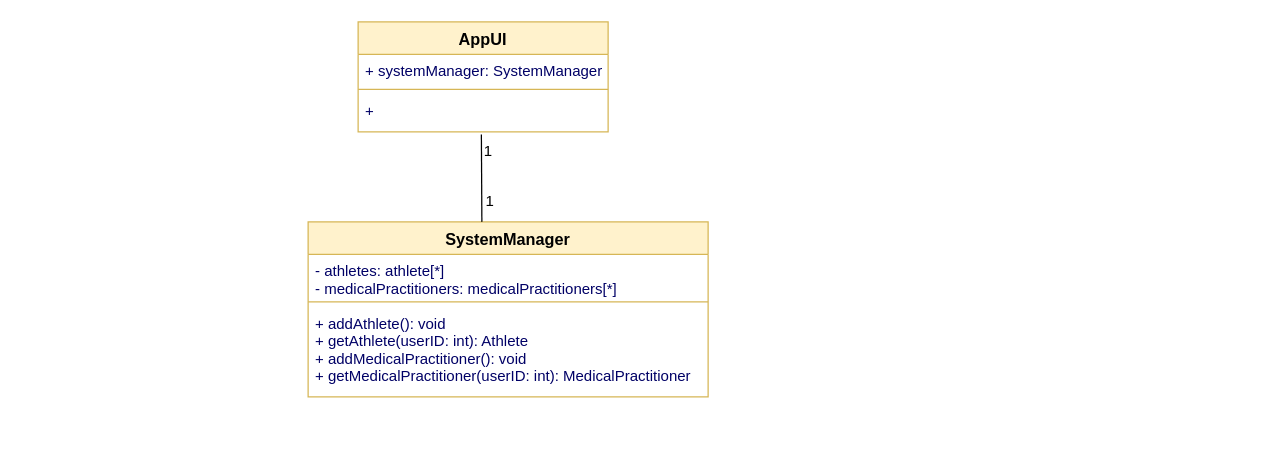
This is Sport Concussion Assessment System/class_diagram.drawio from hiroto0222/CSE598-ASAD, a draw.io file, before an edit. Source tidied: cells renumbered, new cells numbered last; positions are measured from the earlier drawing's top-left corner, leaving out a move shared by most shapes. Both pictures are drawn from the tidied source at 125%, with x=0, y=0 at pixel (308, 21).
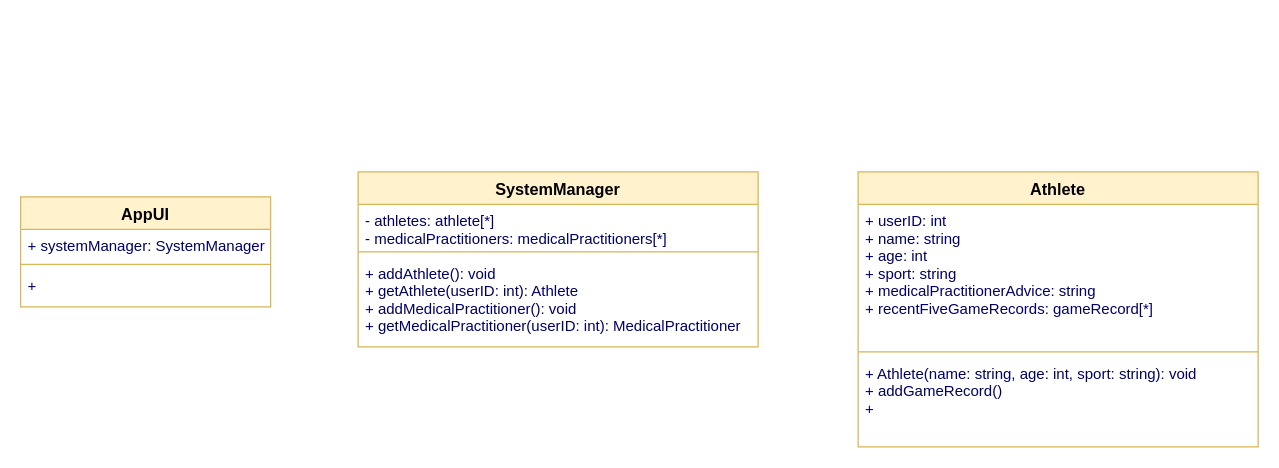
The same page after the edit.

Commit message (it also covers changes not shown here):
add basic prompt for registering a new Athlete

What changed in the source:
```diff
@@
 <mxGraphModel>
   <root>
     <mxCell id="0" />
     <mxCell id="1" parent="0" />
     <mxCell id="2" value="AppUI" style="swimlane;fontStyle=1;align=center;verticalAlign=top;horizontal=1;startSize=26;swimlaneFillColor=#ffffff;strokeColor=#d6b656;strokeWidth=1;fillColor=#fff2cc;fontSize=13;" parent="1" vertex="1">
-      <mxGeometry x="40" width="200" height="88" as="geometry" />
+      <mxGeometry x="-230" y="140" width="200" height="88" as="geometry" />
     </mxCell>
     <mxCell id="3" value="+ systemManager: SystemManager" style="text;strokeColor=none;fillColor=none;align=left;verticalAlign=top;spacingLeft=4;spacingRight=4;overflow=hidden;fontColor=#000066;" parent="2" vertex="1">
       <mxGeometry y="26" width="200" height="24" as="geometry" />
     </mxCell>
     <mxCell id="4" style="line;strokeWidth=1;fillColor=#fff2cc;align=left;verticalAlign=middle;spacingTop=-1;spacingLeft=3;spacingRight=3;labelPosition=right;strokeColor=#d6b656;" parent="2" vertex="1">
       <mxGeometry y="50" width="200" height="8" as="geometry" />
     </mxCell>
     <mxCell id="5" value="+ " style="text;strokeColor=none;fillColor=none;align=left;verticalAlign=top;spacingLeft=4;spacingRight=4;overflow=hidden;points=[[0,0.5],[1,0.5]];portConstraint=eastwest;fontColor=#000066;" parent="2" vertex="1">
       <mxGeometry y="58" width="200" height="30" as="geometry" />
     </mxCell>
     <mxCell id="6" value="SystemManager" style="swimlane;fontStyle=1;align=center;verticalAlign=top;horizontal=1;startSize=26;swimlaneFillColor=#ffffff;strokeColor=#d6b656;strokeWidth=1;fillColor=#fff2cc;fontSize=13;" parent="1" vertex="1">
-      <mxGeometry y="160" width="320" height="140" as="geometry" />
+      <mxGeometry x="40" y="120" width="320" height="140" as="geometry" />
     </mxCell>
     <mxCell id="7" value="- athletes: athlete[*]&#10;- medicalPractitioners: medicalPractitioners[*]" style="text;strokeColor=none;fillColor=none;align=left;verticalAlign=top;spacingLeft=4;spacingRight=4;overflow=hidden;fontColor=#000066;" parent="6" vertex="1">
       <mxGeometry y="26" width="320" height="34" as="geometry" />
     </mxCell>
     <mxCell id="8" style="line;strokeWidth=1;fillColor=#fff2cc;align=left;verticalAlign=middle;spacingTop=-1;spacingLeft=3;spacingRight=3;labelPosition=right;strokeColor=#d6b656;" parent="6" vertex="1">
       <mxGeometry y="60" width="320" height="8" as="geometry" />
     </mxCell>
     <mxCell id="9" value="+ addAthlete(): void&#10;+ getAthlete(userID: int): Athlete&#10;+ addMedicalPractitioner(): void&#10;+ getMedicalPractitioner(userID: int): MedicalPractitioner" style="text;strokeColor=none;fillColor=none;align=left;verticalAlign=top;spacingLeft=4;spacingRight=4;overflow=hidden;fontColor=#000066;" parent="6" vertex="1">
       <mxGeometry y="68" width="320" height="72" as="geometry" />
     </mxCell>
-    <mxCell id="10" style="endArrow=none;html=1;rounded=0;align=center;verticalAlign=top;endFill=0;labelBackgroundColor=none;exitX=0.493;exitY=1.067;exitDx=0;exitDy=0;exitPerimeter=0;" parent="1" edge="1" source="5">
-      <mxGeometry y="-10" relative="1" as="geometry">
-        <mxPoint x="139" y="160" as="targetPoint" />
-      </mxGeometry>
-    </mxCell>
-    <mxCell id="11" style="html=1;align=left;verticalAlign=bottom;labelBackgroundColor=none;" parent="10" vertex="1">
-      <mxGeometry x="-1" relative="1" as="geometry" />
-    </mxCell>
-    <mxCell id="12" value="1" style="html=1;align=left;verticalAlign=top;labelBackgroundColor=none;" parent="10" vertex="1">
-      <mxGeometry x="-1" relative="1" as="geometry" />
-    </mxCell>
-    <mxCell id="13" style="html=1;align=right;verticalAlign=bottom;labelBackgroundColor=none;" parent="10" vertex="1">
-      <mxGeometry x="1" relative="1" as="geometry" />
-    </mxCell>
-    <mxCell id="14" value="1" style="html=1;align=right;verticalAlign=top;labelBackgroundColor=none;" parent="10" vertex="1">
-      <mxGeometry x="1" relative="1" as="geometry">
-        <mxPoint x="10" y="-30" as="offset" />
-      </mxGeometry>
-    </mxCell>
+    <mxCell id="15" value="Athlete" style="swimlane;fontStyle=1;align=center;verticalAlign=top;horizontal=1;startSize=26;swimlaneFillColor=#ffffff;strokeColor=#d6b656;strokeWidth=1;fillColor=#fff2cc;fontSize=13;" parent="1" vertex="1">
+      <mxGeometry x="440" y="120" width="320" height="220" as="geometry" />
+    </mxCell>
+    <mxCell id="16" value="+ userID: int&#10;+ name: string&#10;+ age: int&#10;+ sport: string&#10;+ medicalPractitionerAdvice: string&#10;+ recentFiveGameRecords: gameRecord[*]" style="text;strokeColor=none;fillColor=none;align=left;verticalAlign=top;spacingLeft=4;spacingRight=4;overflow=hidden;fontColor=#000066;" parent="15" vertex="1">
+      <mxGeometry y="26" width="320" height="114" as="geometry" />
+    </mxCell>
+    <mxCell id="17" style="line;strokeWidth=1;fillColor=#fff2cc;align=left;verticalAlign=middle;spacingTop=-1;spacingLeft=3;spacingRight=3;labelPosition=right;strokeColor=#d6b656;" parent="15" vertex="1">
+      <mxGeometry y="140" width="320" height="8" as="geometry" />
+    </mxCell>
+    <mxCell id="18" value="+ Athlete(name: string, age: int, sport: string): void&#10;+ addGameRecord()&#10;+ " style="text;strokeColor=none;fillColor=none;align=left;verticalAlign=top;spacingLeft=4;spacingRight=4;overflow=hidden;fontColor=#000066;" parent="15" vertex="1">
+      <mxGeometry y="148" width="320" height="72" as="geometry" />
+    </mxCell>
   </root>
 </mxGraphModel>
```
